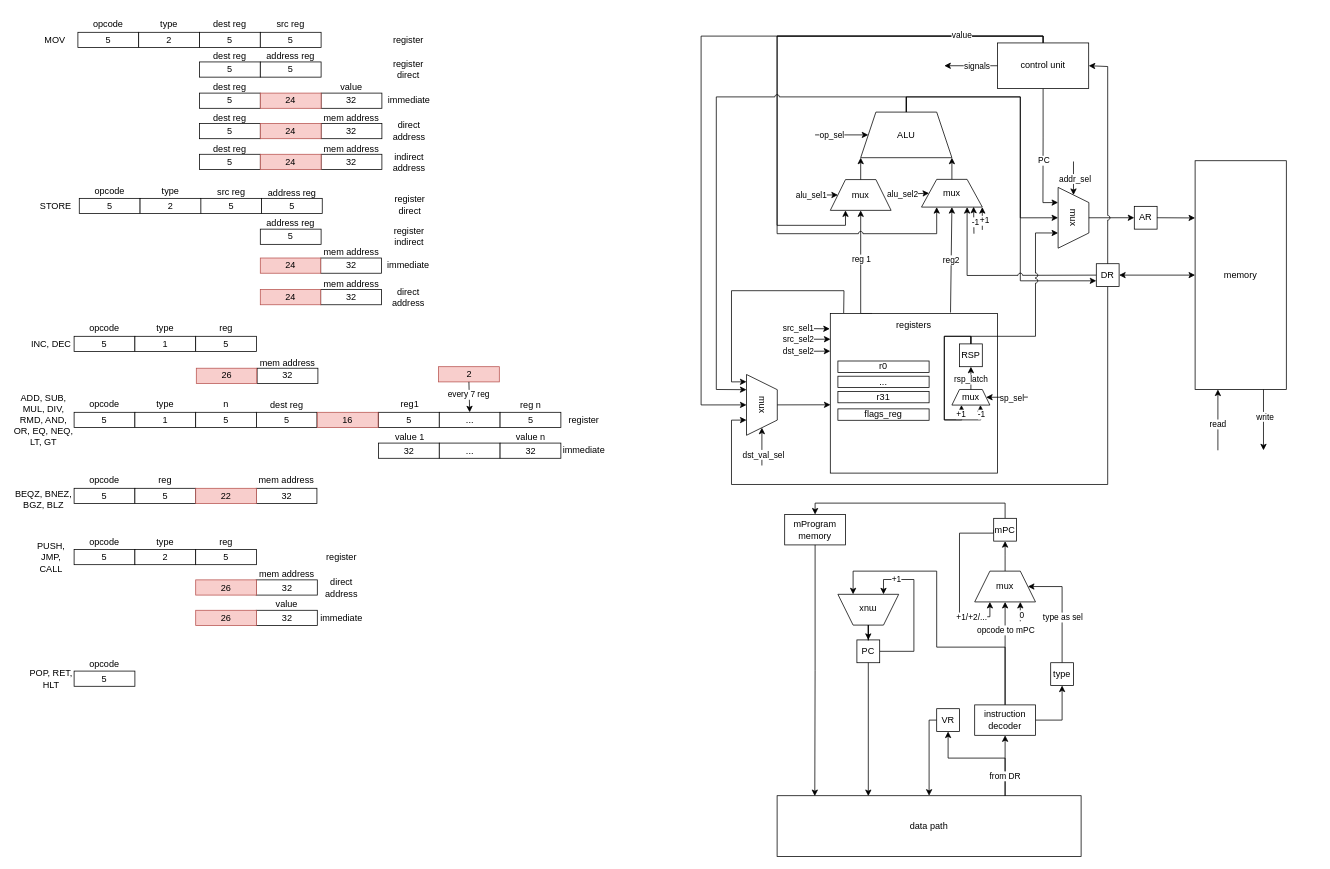
Earlier version of the draw.io diagram resources/csa_lab4.drawio (vanya9090/csa_lab4). Source tidied: cells renumbered, new cells numbered last; positions are measured from the earlier drawing's top-left corner, leaving out a move shared by most shapes. Both pictures are drawn from the tidied source at 76%, with x=0, y=0 at pixel (13, 13).
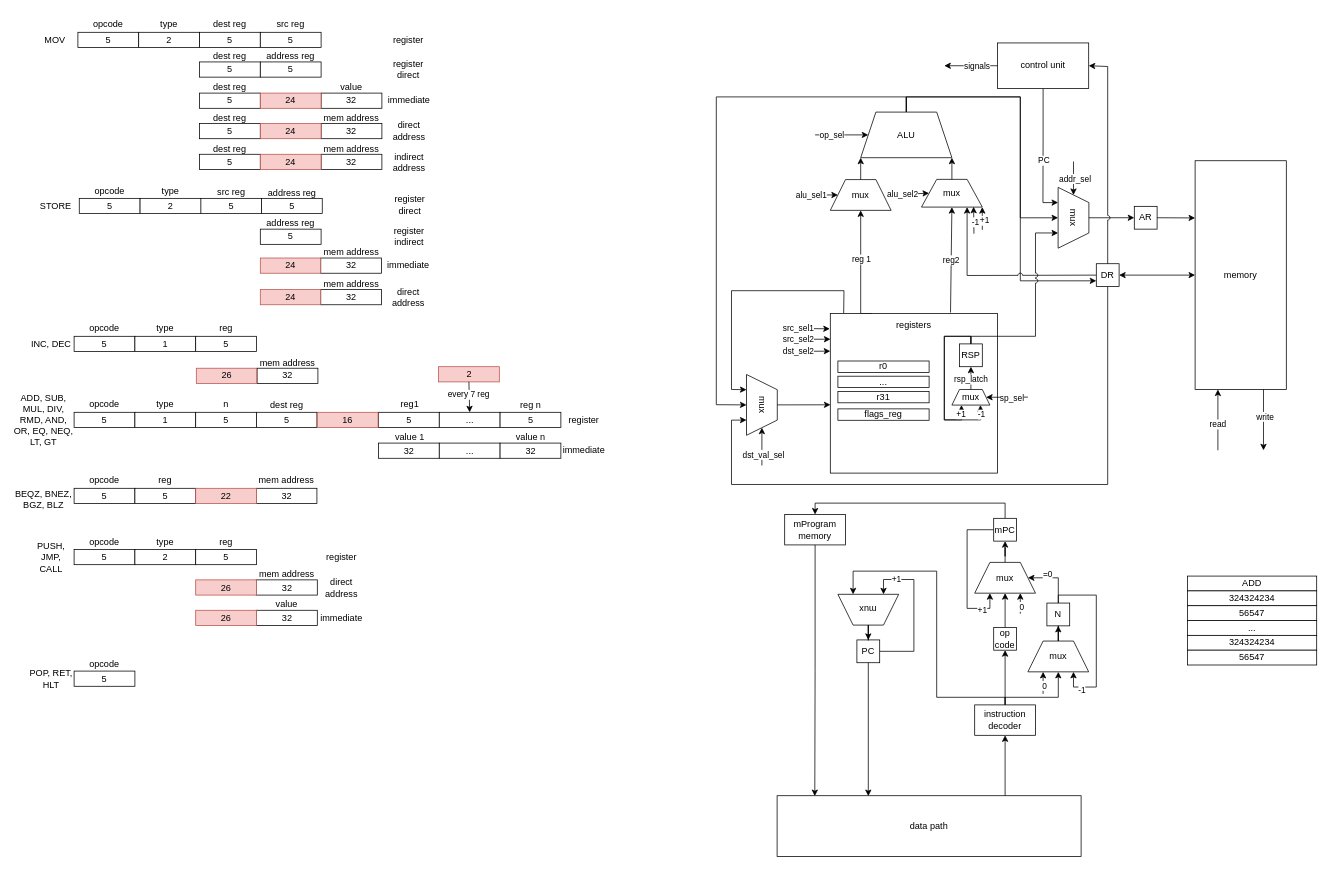
Above is the later version.

The change refers to these unchanged cells:
```xml
<mxCell id="62" style="rounded=0;whiteSpace=wrap;html=1;" parent="1" vertex="1">
  <mxGeometry x="1075" y="395" width="220" height="210" as="geometry" />
</mxCell>
<mxCell id="65" value="ALU" style="shape=trapezoid;perimeter=trapezoidPerimeter;whiteSpace=wrap;html=1;fixedSize=1;" parent="1" vertex="1">
  <mxGeometry x="1115" y="130" width="120" height="60" as="geometry" />
</mxCell>
<mxCell id="66" value="mux" style="shape=trapezoid;perimeter=trapezoidPerimeter;whiteSpace=wrap;html=1;fixedSize=1;" parent="1" vertex="1">
  <mxGeometry x="1075" y="218.8" width="80" height="40.5" as="geometry" />
</mxCell>
<mxCell id="67" value="mux" style="shape=trapezoid;perimeter=trapezoidPerimeter;whiteSpace=wrap;html=1;fixedSize=1;" parent="1" vertex="1">
  <mxGeometry x="1195" y="218.5" width="80" height="36.5" as="geometry" />
</mxCell>
<mxCell id="82" value="control unit" style="rounded=0;whiteSpace=wrap;html=1;" parent="1" vertex="1">
  <mxGeometry x="1295" y="39" width="120" height="60" as="geometry" />
</mxCell>
<mxCell id="92" value="mux" style="shape=trapezoid;perimeter=trapezoidPerimeter;whiteSpace=wrap;html=1;fixedSize=1;rotation=90;" parent="1" vertex="1">
  <mxGeometry x="945" y="495" width="80" height="40.5" as="geometry" />
</mxCell>
<mxCell id="123" value="data path" style="rounded=0;whiteSpace=wrap;html=1;" parent="1" vertex="1">
  <mxGeometry x="1005" y="1029.5" width="400" height="80" as="geometry" />
</mxCell>
<mxCell id="151" value="instruction&lt;div&gt;decoder&lt;/div&gt;" style="rounded=0;whiteSpace=wrap;html=1;" parent="1" vertex="1">
  <mxGeometry x="1265" y="910" width="80" height="40" as="geometry" />
</mxCell>
<mxCell id="161" value="mPC" style="rounded=0;whiteSpace=wrap;html=1;" parent="1" vertex="1">
  <mxGeometry x="1290" y="664.5" width="30" height="30" as="geometry" />
</mxCell>
<mxCell id="163" value="mProgram&lt;div&gt;memory&lt;/div&gt;" style="rounded=0;whiteSpace=wrap;html=1;" parent="1" vertex="1">
  <mxGeometry x="1015" y="659.5" width="80" height="40" as="geometry" />
</mxCell>
<mxCell id="173" value="mux" style="shape=trapezoid;perimeter=trapezoidPerimeter;whiteSpace=wrap;html=1;fixedSize=1;rotation=-180;" parent="1" vertex="1">
  <mxGeometry x="1085" y="764.5" width="80" height="40.5" as="geometry" />
</mxCell>
```

The edit, as a diff of the source:
```diff
@@
-    <mxCell id="78" style="edgeStyle=orthogonalEdgeStyle;rounded=0;jettySize=auto;html=1;entryX=0.5;entryY=1;entryDx=0;entryDy=0;" parent="1" edge="1" source="82" target="92">
-      <mxGeometry relative="1" as="geometry">
-        <Array as="points">
-          <mxPoint x="1355" y="30" />
-          <mxPoint x="905" y="30" />
-          <mxPoint x="905" y="515" />
-        </Array>
-      </mxGeometry>
-    </mxCell>
-    <mxCell id="79" style="edgeStyle=orthogonalEdgeStyle;rounded=0;jettySize=auto;html=1;entryX=0.25;entryY=1;entryDx=0;entryDy=0;jumpStyle=arc;" parent="1" edge="1" source="82" target="66">
-      <mxGeometry relative="1" as="geometry">
-        <Array as="points">
-          <mxPoint x="1355" y="30" />
-          <mxPoint x="1005" y="30" />
-          <mxPoint x="1005" y="279" />
-          <mxPoint x="1095" y="279" />
-        </Array>
-      </mxGeometry>
-    </mxCell>
-    <mxCell id="80" style="edgeStyle=orthogonalEdgeStyle;rounded=0;jettySize=auto;html=1;entryX=0.25;entryY=1;entryDx=0;entryDy=0;jumpStyle=arc;" parent="1" edge="1" source="82" target="67">
-      <mxGeometry relative="1" as="geometry">
-        <Array as="points">
-          <mxPoint x="1355" y="30" />
-          <mxPoint x="1005" y="30" />
-          <mxPoint x="1005" y="290" />
-          <mxPoint x="1215" y="290" />
-        </Array>
-      </mxGeometry>
-    </mxCell>
-    <mxCell id="81" value="value" style="edgeLabel;html=1;align=center;verticalAlign=middle;" parent="80" vertex="1">
-      <mxGeometry x="-0.73" y="-2" relative="1" as="geometry" />
-    </mxCell>
@@
-    <mxCell id="95" style="endArrow=classic;html=1;rounded=0;exitX=0.5;exitY=0;exitDx=0;exitDy=0;entryX=0.25;entryY=1;entryDx=0;entryDy=0;jumpStyle=arc;" parent="1" edge="1" source="65" target="92">
+    <mxCell id="95" style="endArrow=classic;html=1;rounded=0;exitX=0.5;exitY=0;exitDx=0;exitDy=0;entryX=0.5;entryY=1;entryDx=0;entryDy=0;jumpStyle=arc;" parent="1" edge="1" source="65" target="92">
       <mxGeometry relative="1" as="geometry">
         <Array as="points">
           <mxPoint x="1175" y="110" />
           <mxPoint x="925" y="110" />
-          <mxPoint x="925" y="495" />
+          <mxPoint x="925" y="515" />
         </Array>
       </mxGeometry>
     </mxCell>
@@
-    <mxCell id="99" style="endArrow=classic;html=1;rounded=0;exitX=0.08;exitY=-0.003;exitDx=0;exitDy=0;exitPerimeter=0;entryX=0.12;entryY=1.001;entryDx=0;entryDy=0;entryPerimeter=0;" parent="1" edge="1" source="62" target="92">
+    <mxCell id="99" style="endArrow=classic;html=1;rounded=0;exitX=0.08;exitY=-0.003;exitDx=0;exitDy=0;exitPerimeter=0;entryX=0.25;entryY=1;entryDx=0;entryDy=0;" parent="1" edge="1" source="62" target="92">
       <mxGeometry relative="1" as="geometry">
         <Array as="points">
           <mxPoint x="1093" y="365" />
           <mxPoint x="945" y="365" />
-          <mxPoint x="945" y="485" />
+          <mxPoint x="945" y="495" />
         </Array>
       </mxGeometry>
     </mxCell>
@@
-    <mxCell id="147" style="edgeStyle=orthogonalEdgeStyle;rounded=0;jettySize=auto;html=1;entryX=0.5;entryY=1;entryDx=0;entryDy=0;exitX=0.5;exitY=0;exitDx=0;exitDy=0;" parent="1" edge="1" source="151" target="157">
+    <mxCell id="147" style="edgeStyle=orthogonalEdgeStyle;rounded=0;jettySize=auto;html=1;entryX=0.5;entryY=1;entryDx=0;entryDy=0;exitX=0.5;exitY=0;exitDx=0;exitDy=0;" parent="1" edge="1" source="237" target="157">
       <mxGeometry relative="1" as="geometry" />
     </mxCell>
-    <mxCell id="148" value="opcode to mPC" style="edgeLabel;html=1;align=center;verticalAlign=middle;" parent="147" vertex="1">
-      <mxGeometry x="0.16" y="-1" relative="1" as="geometry">
-        <mxPoint x="-1" y="-20" as="offset" />
-      </mxGeometry>
-    </mxCell>
     <mxCell id="149" style="edgeStyle=orthogonalEdgeStyle;rounded=0;jettySize=auto;html=1;entryX=0.75;entryY=1;entryDx=0;entryDy=0;exitX=0.5;exitY=0;exitDx=0;exitDy=0;" parent="1" edge="1" source="151" target="173">
       <mxGeometry relative="1" as="geometry">
         <Array as="points">
-          <mxPoint x="1305" y="834" />
-          <mxPoint x="1215" y="834" />
+          <mxPoint x="1305" y="900" />
+          <mxPoint x="1215" y="900" />
           <mxPoint x="1215" y="734" />
           <mxPoint x="1105" y="734" />
         </Array>
       </mxGeometry>
     </mxCell>
-    <mxCell id="150" style="edgeStyle=orthogonalEdgeStyle;rounded=0;jettySize=auto;html=1;entryX=0.5;entryY=1;entryDx=0;entryDy=0;" parent="1" edge="1" source="151" target="204">
-      <mxGeometry relative="1" as="geometry" />
-    </mxCell>
+    <mxCell id="223" style="edgeStyle=orthogonalEdgeStyle;rounded=0;jettySize=auto;html=1;entryX=0.5;entryY=1;entryDx=0;entryDy=0;" parent="1" edge="1" source="151" target="239">
+      <mxGeometry relative="1" as="geometry">
+        <Array as="points">
+          <mxPoint x="1305" y="900" />
+          <mxPoint x="1375" y="900" />
+        </Array>
+      </mxGeometry>
+    </mxCell>
@@
     <mxCell id="157" value="mux" style="shape=trapezoid;perimeter=trapezoidPerimeter;whiteSpace=wrap;html=1;fixedSize=1;rotation=0;" parent="1" vertex="1">
-      <mxGeometry x="1265" y="734" width="80" height="40.5" as="geometry" />
+      <mxGeometry x="1265" y="722.5" width="80" height="40.5" as="geometry" />
     </mxCell>
+    <mxCell id="160" style="edgeStyle=orthogonalEdgeStyle;rounded=0;jettySize=auto;html=1;entryX=0.5;entryY=0;entryDx=0;entryDy=0;" parent="1" edge="1" source="161" target="163">
+      <mxGeometry relative="1" as="geometry">
+        <Array as="points">
+          <mxPoint x="1305" y="644.5" />
+          <mxPoint x="1055" y="644.5" />
+        </Array>
+      </mxGeometry>
+    </mxCell>
-    <mxCell id="158" style="edgeStyle=orthogonalEdgeStyle;rounded=0;jettySize=auto;html=1;entryX=0.25;entryY=1;entryDx=0;entryDy=0;exitX=0;exitY=0.5;exitDx=0;exitDy=0;" parent="1" edge="1" source="161" target="157">
+    <mxCell id="158" style="edgeStyle=orthogonalEdgeStyle;rounded=0;jettySize=auto;html=1;entryX=0.25;entryY=1;entryDx=0;entryDy=0;" parent="1" edge="1" source="161" target="157">
       <mxGeometry relative="1" as="geometry">
         <Array as="points">
-          <mxPoint x="1290" y="684" />
-          <mxPoint x="1245" y="684" />
-          <mxPoint x="1245" y="794" />
-          <mxPoint x="1285" y="794" />
+          <mxPoint x="1255" y="680" />
+          <mxPoint x="1255" y="783" />
+          <mxPoint x="1285" y="783" />
         </Array>
       </mxGeometry>
     </mxCell>
-    <mxCell id="159" value="+1/+2/..." style="edgeLabel;html=1;align=center;verticalAlign=middle;" parent="158" vertex="1">
-      <mxGeometry x="0.6" relative="1" as="geometry" />
-    </mxCell>
-    <mxCell id="160" style="edgeStyle=orthogonalEdgeStyle;rounded=0;jettySize=auto;html=1;entryX=0.5;entryY=0;entryDx=0;entryDy=0;" parent="1" edge="1" source="161" target="163">
-      <mxGeometry relative="1" as="geometry">
-        <Array as="points">
-          <mxPoint x="1305" y="644.5" />
-          <mxPoint x="1055" y="644.5" />
-        </Array>
-      </mxGeometry>
-    </mxCell>
+    <mxCell id="224" value="+1" style="edgeLabel;html=1;align=center;verticalAlign=middle;" parent="158" vertex="1">
+      <mxGeometry x="0.72" y="1" relative="1" as="geometry">
+        <mxPoint x="-4" y="3" as="offset" />
+      </mxGeometry>
+    </mxCell>
@@
-    <mxCell id="198" style="edgeStyle=orthogonalEdgeStyle;rounded=0;jettySize=auto;html=1;entryX=0.5;entryY=0;entryDx=0;entryDy=0;" parent="1" edge="1" source="199" target="123">
-      <mxGeometry relative="1" as="geometry">
-        <Array as="points">
-          <mxPoint x="1205" y="930" />
-        </Array>
-      </mxGeometry>
-    </mxCell>
-    <mxCell id="199" value="VR" style="rounded=0;whiteSpace=wrap;html=1;" parent="1" vertex="1">
-      <mxGeometry x="1215" y="915" width="30" height="30" as="geometry" />
-    </mxCell>
-    <mxCell id="200" style="endArrow=classic;html=1;rounded=0;exitX=0.75;exitY=0;exitDx=0;exitDy=0;entryX=0.5;entryY=1;entryDx=0;entryDy=0;" parent="1" edge="1" source="123" target="199">
-      <mxGeometry relative="1" as="geometry">
-        <Array as="points">
-          <mxPoint x="1305" y="980" />
-          <mxPoint x="1230" y="980" />
-        </Array>
-      </mxGeometry>
-    </mxCell>
-    <mxCell id="201" value="from DR" style="edgeLabel;html=1;align=center;verticalAlign=middle;" parent="200" vertex="1">
-      <mxGeometry x="-0.68" y="1" relative="1" as="geometry" />
-    </mxCell>
-    <mxCell id="202" style="edgeStyle=orthogonalEdgeStyle;rounded=0;jettySize=auto;html=1;entryX=1;entryY=0.5;entryDx=0;entryDy=0;" parent="1" edge="1" source="204" target="157">
-      <mxGeometry relative="1" as="geometry">
-        <Array as="points">
-          <mxPoint x="1380" y="754" />
-        </Array>
-      </mxGeometry>
-    </mxCell>
-    <mxCell id="203" value="type as sel" style="edgeLabel;html=1;align=center;verticalAlign=middle;" parent="202" vertex="1">
-      <mxGeometry x="-0.17" relative="1" as="geometry" />
-    </mxCell>
-    <mxCell id="204" value="type" style="rounded=0;whiteSpace=wrap;html=1;" parent="1" vertex="1">
-      <mxGeometry x="1365" y="854.5" width="30" height="30" as="geometry" />
-    </mxCell>
     <mxCell id="205" style="endArrow=classic;html=1;rounded=0;entryX=0.75;entryY=1;entryDx=0;entryDy=0;" parent="1" edge="1" target="157">
       <mxGeometry relative="1" as="geometry">
-        <mxPoint x="1325" y="800" as="sourcePoint" />
+        <mxPoint x="1325" y="790" as="sourcePoint" />
       </mxGeometry>
     </mxCell>
@@
+    <mxCell id="225" style="edgeStyle=orthogonalEdgeStyle;rounded=0;jettySize=auto;html=1;entryX=0.75;entryY=1;entryDx=0;entryDy=0;" parent="1" edge="1" source="229" target="239">
+      <mxGeometry relative="1" as="geometry">
+        <Array as="points">
+          <mxPoint x="1375" y="765.5" />
+          <mxPoint x="1425" y="765.5" />
+          <mxPoint x="1425" y="886.5" />
+          <mxPoint x="1395" y="886.5" />
+        </Array>
+      </mxGeometry>
+    </mxCell>
+    <mxCell id="226" value="-1" style="edgeLabel;html=1;align=center;verticalAlign=middle;" parent="225" vertex="1">
+      <mxGeometry x="0.74" y="-2" relative="1" as="geometry">
+        <mxPoint y="6" as="offset" />
+      </mxGeometry>
+    </mxCell>
+    <mxCell id="227" style="edgeStyle=orthogonalEdgeStyle;rounded=0;jettySize=auto;html=1;entryX=1;entryY=0.5;entryDx=0;entryDy=0;" parent="1" edge="1" source="229" target="157">
+      <mxGeometry relative="1" as="geometry">
+        <Array as="points">
+          <mxPoint x="1375" y="743" />
+        </Array>
+      </mxGeometry>
+    </mxCell>
+    <mxCell id="228" value="=0" style="edgeLabel;html=1;align=center;verticalAlign=middle;" parent="227" vertex="1">
+      <mxGeometry x="0.33" relative="1" as="geometry">
+        <mxPoint x="1" y="-5" as="offset" />
+      </mxGeometry>
+    </mxCell>
+    <mxCell id="229" value="N" style="rounded=0;whiteSpace=wrap;html=1;" parent="1" vertex="1">
+      <mxGeometry x="1360" y="776" width="30" height="30" as="geometry" />
+    </mxCell>
+    <mxCell id="230" value="ADD" style="rounded=0;whiteSpace=wrap;html=1;" parent="1" vertex="1">
+      <mxGeometry x="1545" y="740.5" width="170" height="19.5" as="geometry" />
+    </mxCell>
+    <mxCell id="231" value="324324234" style="rounded=0;whiteSpace=wrap;html=1;" parent="1" vertex="1">
+      <mxGeometry x="1545" y="760" width="170" height="19.5" as="geometry" />
+    </mxCell>
+    <mxCell id="232" value="56547" style="rounded=0;whiteSpace=wrap;html=1;" parent="1" vertex="1">
+      <mxGeometry x="1545" y="779.5" width="170" height="19.5" as="geometry" />
+    </mxCell>
+    <mxCell id="233" value="..." style="rounded=0;whiteSpace=wrap;html=1;" parent="1" vertex="1">
+      <mxGeometry x="1545" y="799" width="170" height="19.5" as="geometry" />
+    </mxCell>
+    <mxCell id="234" value="324324234" style="rounded=0;whiteSpace=wrap;html=1;" parent="1" vertex="1">
+      <mxGeometry x="1545" y="818.5" width="170" height="19.5" as="geometry" />
+    </mxCell>
+    <mxCell id="235" value="56547" style="rounded=0;whiteSpace=wrap;html=1;" parent="1" vertex="1">
+      <mxGeometry x="1545" y="838" width="170" height="19.5" as="geometry" />
+    </mxCell>
+    <mxCell id="236" style="edgeStyle=orthogonalEdgeStyle;rounded=0;jettySize=auto;html=1;entryX=0.5;entryY=1;entryDx=0;entryDy=0;exitX=0.5;exitY=0;exitDx=0;exitDy=0;" parent="1" edge="1" source="151" target="237">
+      <mxGeometry relative="1" as="geometry" />
+    </mxCell>
+    <mxCell id="237" value="op&lt;div&gt;code&lt;/div&gt;" style="rounded=0;whiteSpace=wrap;html=1;" parent="1" vertex="1">
+      <mxGeometry x="1290" y="808" width="30" height="30" as="geometry" />
+    </mxCell>
+    <mxCell id="238" style="edgeStyle=orthogonalEdgeStyle;rounded=0;jettySize=auto;html=1;entryX=0.5;entryY=1;entryDx=0;entryDy=0;" parent="1" edge="1" source="239" target="229">
+      <mxGeometry relative="1" as="geometry" />
+    </mxCell>
+    <mxCell id="239" value="mux" style="shape=trapezoid;perimeter=trapezoidPerimeter;whiteSpace=wrap;html=1;fixedSize=1;rotation=0;" parent="1" vertex="1">
+      <mxGeometry x="1335" y="826" width="80" height="40.5" as="geometry" />
+    </mxCell>
+    <mxCell id="240" style="endArrow=classic;html=1;rounded=0;entryX=0.25;entryY=1;entryDx=0;entryDy=0;" parent="1" edge="1" target="239">
+      <mxGeometry relative="1" as="geometry">
+        <mxPoint x="1355" y="895.5" as="sourcePoint" />
+      </mxGeometry>
+    </mxCell>
+    <mxCell id="241" value="0" style="edgeLabel;html=1;align=center;verticalAlign=middle;" parent="240" vertex="1">
+      <mxGeometry x="-0.27" y="-1" relative="1" as="geometry" />
+    </mxCell>
```
